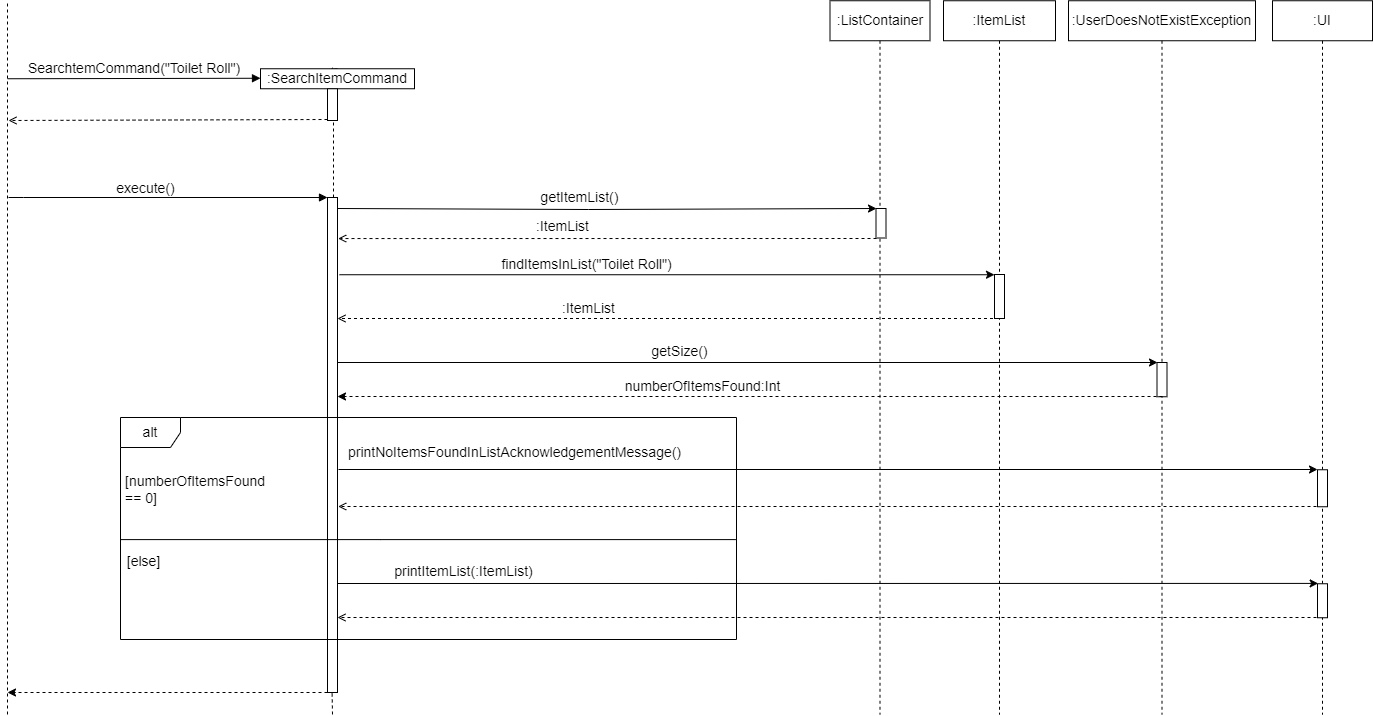
Before: docs/team/SiewYangZhi_searchItemCommand/SearchItemCommandSequenceDiagram.png, a diagram exported from draw.io (nus-cs2113-AY2122S2/tp). Source tidied: cells renumbered, new cells last; positions are measured from the earlier drawing's top-left corner, leaving out a move shared by most shapes.
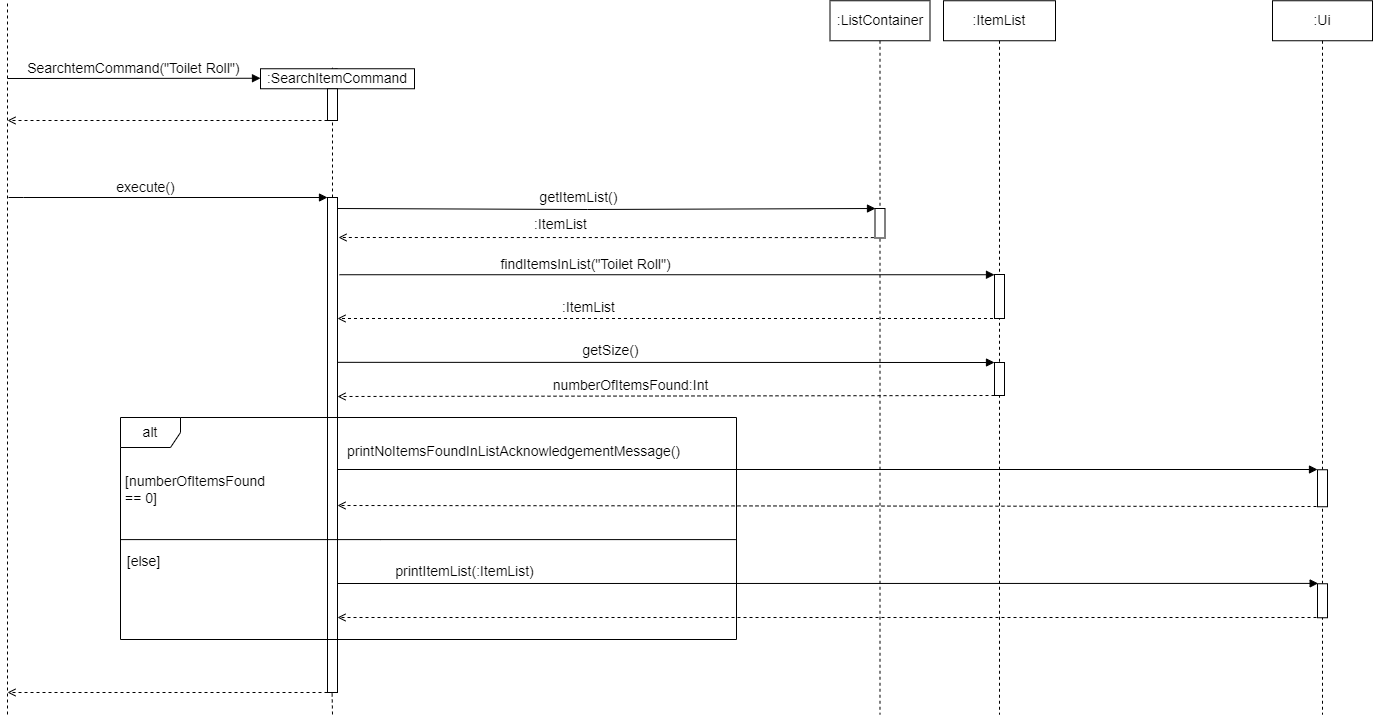
After the commit.

Commit message:
Update search item diagram in DG

Diff of the diagram source:
```diff
@@ -7,7 +7,7 @@
     </mxCell>
     <mxCell id="3" value="SearchtemCommand(&quot;Toilet Roll&quot;)" style="verticalAlign=bottom;endArrow=block;entryX=0;entryY=0.5;shadow=0;strokeWidth=1;entryDx=0;entryDy=0;fontSize=14;" parent="1" edge="1">
       <mxGeometry relative="1" as="geometry">
-        <mxPoint y="78.2" as="sourcePoint" />
+        <mxPoint y="78" as="sourcePoint" />
         <mxPoint x="253" y="77.8" as="targetPoint" />
       </mxGeometry>
     </mxCell>
@@ -25,8 +25,11 @@
     <mxCell id="7" style="html=1;points=[];perimeter=orthogonalPerimeter;fontSize=14;" parent="1" vertex="1">
       <mxGeometry x="320" y="88.2" width="10" height="31.8" as="geometry" />
     </mxCell>
-    <mxCell id="8" style="endArrow=none;dashed=1;html=1;rounded=0;startArrow=none;entryX=0.6;entryY=0.999;entryDx=0;entryDy=0;entryPerimeter=0;fontSize=14;" parent="1" edge="1" source="13" target="7">
-      <mxGeometry relative="1" as="geometry" />
+    <mxCell id="8" style="endArrow=none;dashed=1;html=1;rounded=0;startArrow=none;entryX=0.6;entryY=0.999;entryDx=0;entryDy=0;entryPerimeter=0;fontSize=14;" parent="1" edge="1">
+      <mxGeometry relative="1" as="geometry">
+        <mxPoint x="325" y="197" as="sourcePoint" />
+        <mxPoint x="325" y="120" as="targetPoint" />
+      </mxGeometry>
     </mxCell>
     <mxCell id="9" style="endArrow=none;dashed=1;html=1;rounded=0;fontSize=14;" parent="1" edge="1">
       <mxGeometry relative="1" as="geometry">
@@ -50,20 +53,14 @@
     </mxCell>
     <mxCell id="12" style="endArrow=open;html=1;rounded=0;dashed=1;endFill=0;fontSize=14;" parent="1" edge="1">
       <mxGeometry relative="1" as="geometry">
-        <mxPoint x="320" y="119" as="sourcePoint" />
-        <mxPoint x="1" y="120" as="targetPoint" />
+        <mxPoint x="320" y="120" as="sourcePoint" />
+        <mxPoint y="120" as="targetPoint" />
       </mxGeometry>
     </mxCell>
     <mxCell id="13" style="html=1;points=[];perimeter=orthogonalPerimeter;fontSize=14;" parent="1" vertex="1">
       <mxGeometry x="320" y="197" width="10" height="495" as="geometry" />
     </mxCell>
-    <mxCell id="14" value=":UserDoesNotExistException" style="shape=umlLifeline;perimeter=lifelinePerimeter;whiteSpace=wrap;html=1;fontSize=14;" parent="1" vertex="1">
-      <mxGeometry x="1061" y="0.2" width="187" height="713.8" as="geometry" />
-    </mxCell>
-    <mxCell id="15" style="html=1;perimeter=orthogonalPerimeter;fontSize=14;" parent="14" vertex="1">
-      <mxGeometry x="88.5" y="361.8" width="10" height="34.2" as="geometry" />
-    </mxCell>
-    <mxCell id="16" value=":UI" style="shape=umlLifeline;perimeter=lifelinePerimeter;whiteSpace=wrap;html=1;fontSize=14;" parent="1" vertex="1">
+    <mxCell id="16" value=":Ui" style="shape=umlLifeline;perimeter=lifelinePerimeter;whiteSpace=wrap;html=1;fontSize=14;" parent="1" vertex="1">
       <mxGeometry x="1265" y="0.2" width="100" height="713.8" as="geometry" />
     </mxCell>
     <mxCell id="17" style="html=1;perimeter=orthogonalPerimeter;fontSize=14;" parent="16" vertex="1">
@@ -76,14 +73,14 @@
       <mxGeometry x="822.5" y="0.2" width="100" height="713.8" as="geometry" />
     </mxCell>
     <mxCell id="20" style="html=1;points=[];perimeter=orthogonalPerimeter;fontSize=14;" parent="19" vertex="1">
-      <mxGeometry x="46" y="207.8" width="10" height="29.5" as="geometry" />
+      <mxGeometry x="45" y="207.8" width="10" height="29.5" as="geometry" />
     </mxCell>
-    <mxCell id="21" style="endArrow=classic;html=1;rounded=0;fontSize=14;" parent="1" edge="1">
+    <mxCell id="21" style="endArrow=block;html=1;rounded=0;fontSize=14;endFill=1;" parent="1" edge="1">
       <mxGeometry relative="1" as="geometry">
         <mxPoint x="330" y="208" as="sourcePoint" />
-        <mxPoint x="869" y="208" as="targetPoint" />
+        <mxPoint x="868" y="208" as="targetPoint" />
         <Array as="points">
-          <mxPoint x="581" y="209" />
+          <mxPoint x="580" y="209" />
         </Array>
       </mxGeometry>
     </mxCell>
@@ -92,10 +89,9 @@
         <mxPoint x="49" y="-11" as="offset" />
       </mxGeometry>
     </mxCell>
-    <mxCell id="23" style="endArrow=open;html=1;rounded=0;fontSize=14;dashed=1;entryX=1.067;entryY=0.084;entryDx=0;entryDy=0;entryPerimeter=0;endFill=0;" parent="1" edge="1">
+    <mxCell id="23" style="endArrow=open;html=1;rounded=0;fontSize=14;dashed=1;endFill=0;exitX=-0.117;exitY=0.986;exitDx=0;exitDy=0;exitPerimeter=0;" parent="1" edge="1" source="20">
       <mxGeometry relative="1" as="geometry">
-        <mxPoint x="869" y="238" as="sourcePoint" />
-        <mxPoint x="330.7" y="238" as="targetPoint" />
+        <mxPoint x="331" y="237" as="targetPoint" />
       </mxGeometry>
     </mxCell>
     <mxCell id="24" value=":ItemList" style="edgeLabel;html=1;align=center;verticalAlign=middle;fontSize=14;" parent="23" vertex="1">
@@ -103,7 +99,7 @@
         <mxPoint x="-89" y="-13" as="offset" />
       </mxGeometry>
     </mxCell>
-    <mxCell id="25" style="endArrow=classic;html=1;rounded=0;fontSize=14;endSize=6;jumpSize=3;exitX=1.2;exitY=0.28;exitDx=0;exitDy=0;exitPerimeter=0;" parent="1" edge="1" target="27">
+    <mxCell id="25" style="endArrow=block;html=1;rounded=0;fontSize=14;endSize=6;jumpSize=3;exitX=1.2;exitY=0.28;exitDx=0;exitDy=0;exitPerimeter=0;endFill=1;" parent="1" edge="1" target="27">
       <mxGeometry relative="1" as="geometry">
         <mxPoint x="332" y="274.2" as="sourcePoint" />
       </mxGeometry>
@@ -129,9 +125,9 @@
         <mxPoint x="39" y="-9" as="offset" />
       </mxGeometry>
     </mxCell>
-    <mxCell id="30" style="endArrow=classic;html=1;rounded=0;fontSize=14;endSize=6;strokeColor=#000000;jumpSize=3;" parent="1" edge="1" source="13">
+    <mxCell id="30" style="endArrow=block;html=1;rounded=0;fontSize=14;endSize=6;strokeColor=#000000;jumpSize=3;exitX=1;exitY=0.333;exitDx=0;exitDy=0;exitPerimeter=0;endFill=1;" parent="1" edge="1" source="13">
       <mxGeometry relative="1" as="geometry">
-        <mxPoint x="1150" y="362" as="targetPoint" />
+        <mxPoint x="987" y="362" as="targetPoint" />
       </mxGeometry>
     </mxCell>
     <mxCell id="31" value="getSize()" style="edgeLabel;html=1;align=center;verticalAlign=middle;fontSize=14;" parent="30" vertex="1">
@@ -139,9 +135,8 @@
         <mxPoint y="-11" as="offset" />
       </mxGeometry>
     </mxCell>
-    <mxCell id="32" style="endArrow=classic;html=1;rounded=0;fontSize=14;endSize=6;strokeColor=#000000;jumpSize=3;dashed=1;" parent="1" edge="1">
+    <mxCell id="32" style="endArrow=open;html=1;rounded=0;fontSize=14;endSize=6;strokeColor=#000000;jumpSize=3;dashed=1;startArrow=none;endFill=0;" parent="1" edge="1" source="47">
       <mxGeometry relative="1" as="geometry">
-        <mxPoint x="1155" y="396" as="sourcePoint" />
         <mxPoint x="330" y="396" as="targetPoint" />
       </mxGeometry>
     </mxCell>
@@ -171,9 +166,9 @@
     <mxCell id="38" value="[else]" style="text;html=1;align=center;verticalAlign=middle;strokeColor=none;fillColor=none;fontSize=14;" parent="34" vertex="1">
       <mxGeometry x="-4.2" y="133.3" width="55" height="22" as="geometry" />
     </mxCell>
-    <mxCell id="39" style="endArrow=classic;html=1;rounded=0;fontSize=14;endSize=6;strokeColor=#000000;jumpSize=3;" parent="1" edge="1">
+    <mxCell id="39" style="endArrow=block;html=1;rounded=0;fontSize=14;endSize=6;strokeColor=#000000;jumpSize=3;endFill=1;" parent="1" edge="1">
       <mxGeometry relative="1" as="geometry">
-        <mxPoint x="331" y="469" as="sourcePoint" />
+        <mxPoint x="330" y="469" as="sourcePoint" />
         <mxPoint x="1310" y="469" as="targetPoint" />
       </mxGeometry>
     </mxCell>
@@ -182,13 +177,13 @@
         <mxPoint x="-236" y="-15" as="offset" />
       </mxGeometry>
     </mxCell>
-    <mxCell id="41" style="endArrow=open;html=1;rounded=0;fontSize=14;endSize=6;strokeColor=#000000;jumpSize=3;entryX=1.071;entryY=0.919;entryDx=0;entryDy=0;entryPerimeter=0;dashed=1;endFill=0;" parent="1" edge="1">
+    <mxCell id="41" style="endArrow=open;html=1;rounded=0;fontSize=14;endSize=6;strokeColor=#000000;jumpSize=3;dashed=1;endFill=0;" parent="1" edge="1">
       <mxGeometry relative="1" as="geometry">
         <mxPoint x="1309" y="506" as="sourcePoint" />
-        <mxPoint x="330.7" y="506" as="targetPoint" />
+        <mxPoint x="330" y="505" as="targetPoint" />
       </mxGeometry>
     </mxCell>
-    <mxCell id="42" style="endArrow=classic;html=1;rounded=0;fontSize=14;endSize=6;strokeColor=#000000;jumpSize=3;entryX=0.065;entryY=-0.01;entryDx=0;entryDy=0;entryPerimeter=0;" parent="1" edge="1" target="18">
+    <mxCell id="42" style="endArrow=block;html=1;rounded=0;fontSize=14;endSize=6;strokeColor=#000000;jumpSize=3;entryX=0.065;entryY=-0.01;entryDx=0;entryDy=0;entryPerimeter=0;endFill=1;" parent="1" edge="1" target="18">
       <mxGeometry relative="1" as="geometry">
         <mxPoint x="330" y="583" as="sourcePoint" />
       </mxGeometry>
@@ -209,10 +204,18 @@
         <mxPoint x="325" y="714" as="targetPoint" />
       </mxGeometry>
     </mxCell>
-    <mxCell id="46" style="endArrow=classic;html=1;rounded=0;dashed=1;fontSize=14;endSize=6;strokeColor=#000000;jumpSize=3;" parent="1" edge="1" source="13">
+    <mxCell id="46" style="endArrow=open;html=1;rounded=0;dashed=1;fontSize=14;endSize=6;strokeColor=#000000;jumpSize=3;endFill=0;" parent="1" edge="1" source="13">
       <mxGeometry relative="1" as="geometry">
         <mxPoint y="692" as="targetPoint" />
       </mxGeometry>
     </mxCell>
+    <mxCell id="47" style="html=1;points=[];perimeter=orthogonalPerimeter;" parent="1" vertex="1">
+      <mxGeometry x="987" y="362" width="10" height="33" as="geometry" />
+    </mxCell>
+    <mxCell id="48" style="endArrow=none;html=1;rounded=0;fontSize=14;endSize=6;strokeColor=#000000;jumpSize=3;dashed=1;" parent="1" edge="1" target="47">
+      <mxGeometry relative="1" as="geometry">
+        <mxPoint x="990" y="395" as="sourcePoint" />
+      </mxGeometry>
+    </mxCell>
   </root>
 </mxGraphModel>
```
